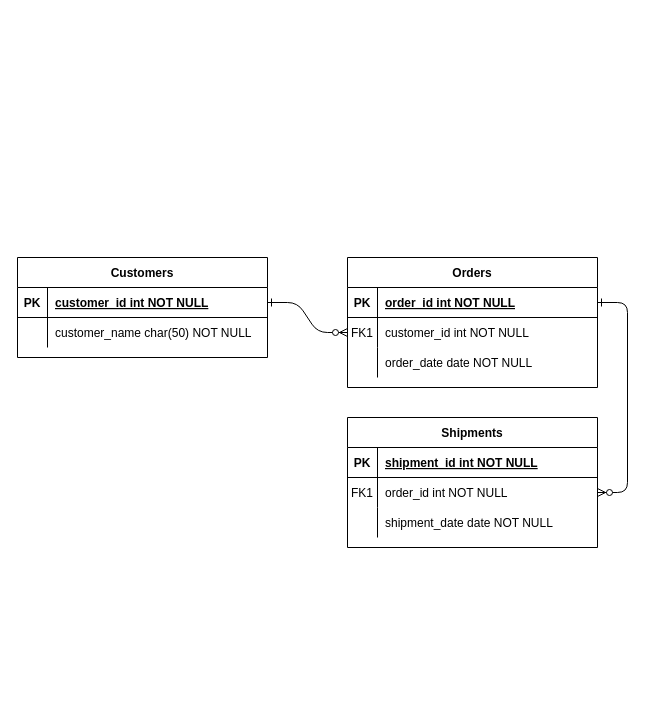
Before: Invoice management/Invoice Management Database Architecture.drawio in pratikdimble/Diagram, a draw.io diagram. Source tidied: cells renumbered, new cells numbered last; positions are measured from the earlier drawing's top-left corner, leaving out a move shared by most shapes. Both pictures are drawn from the tidied source at 100%, with x=0, y=0 at pixel (17, 257).
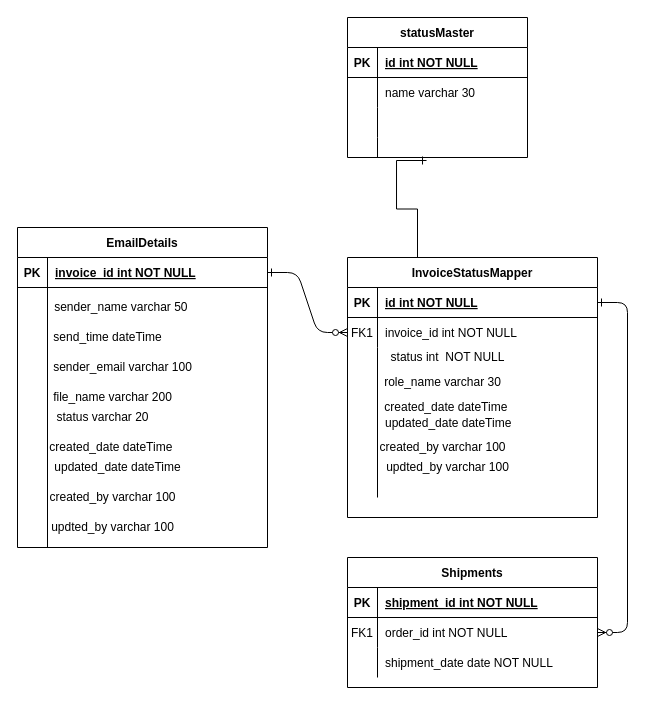
After the change.

The change refers to these unchanged cells:
```xml
<mxCell id="5" style="shape=partialRectangle;fillColor=none;points=[[0,0.5],[1,0.5]];portConstraint=eastwest;top=0;left=0;right=0;bottom=1;" parent="4" vertex="1">
  <mxGeometry y="30" width="250" height="30" as="geometry" />
</mxCell>
<mxCell id="8" style="shape=partialRectangle;fillColor=none;points=[[0,0.5],[1,0.5]];portConstraint=eastwest;top=0;left=0;right=0;bottom=0;" parent="4" vertex="1">
  <mxGeometry y="60" width="250" height="30" as="geometry" />
</mxCell>
<mxCell id="25" style="shape=partialRectangle;fillColor=none;points=[[0,0.5],[1,0.5]];portConstraint=eastwest;top=0;left=0;right=0;bottom=1;" parent="24" vertex="1">
  <mxGeometry y="30" width="250" height="30" as="geometry" />
</mxCell>
```

Diff of the diagram source:
```diff
@@
-    <mxCell id="4" value="Orders" style="shape=table;startSize=30;childLayout=tableLayout;rowLines=0;fontStyle=1;align=center;" parent="1" vertex="1">
-      <mxGeometry x="330" width="250" height="130" as="geometry" />
+    <mxCell id="4" value="InvoiceStatusMapper" style="shape=table;startSize=30;childLayout=tableLayout;rowLines=0;fontStyle=1;align=center;" parent="1" vertex="1">
+      <mxGeometry x="330" width="250" height="260" as="geometry" />
     </mxCell>
@@
-    <mxCell id="7" value="order_id int NOT NULL " style="shape=partialRectangle;overflow=hidden;fillColor=none;top=0;left=0;bottom=0;right=0;align=left;spacingLeft=6;fontStyle=5;" parent="5" vertex="1">
+    <mxCell id="7" value="id int NOT NULL " style="shape=partialRectangle;overflow=hidden;fillColor=none;top=0;left=0;bottom=0;right=0;align=left;spacingLeft=6;fontStyle=5;" parent="5" vertex="1">
       <mxGeometry x="30" width="220" height="30" as="geometry" />
     </mxCell>
@@
-    <mxCell id="10" value="customer_id int NOT NULL" style="shape=partialRectangle;overflow=hidden;fillColor=none;top=0;left=0;bottom=0;right=0;align=left;spacingLeft=6;" parent="8" vertex="1">
+    <mxCell id="10" value="invoice_id int NOT NULL" style="shape=partialRectangle;overflow=hidden;fillColor=none;top=0;left=0;bottom=0;right=0;align=left;spacingLeft=6;" parent="8" vertex="1">
       <mxGeometry x="30" width="220" height="30" as="geometry" />
     </mxCell>
     <mxCell id="11" style="shape=partialRectangle;fillColor=none;top=0;left=0;right=0;bottom=0;" parent="4" vertex="1">
-      <mxGeometry y="90" width="250" height="30" as="geometry" />
+      <mxGeometry y="90" width="250" height="150" as="geometry" />
     </mxCell>
     <mxCell id="12" style="shape=partialRectangle;overflow=hidden;fillColor=none;top=0;left=0;bottom=0;right=0;" parent="11" vertex="1">
-      <mxGeometry width="30" height="30" as="geometry" />
+      <mxGeometry width="30" height="150" as="geometry" />
     </mxCell>
-    <mxCell id="13" value="order_date date NOT NULL" style="shape=partialRectangle;overflow=hidden;fillColor=none;top=0;left=0;bottom=0;right=0;align=left;spacingLeft=6;" parent="11" vertex="1">
-      <mxGeometry x="30" width="220" height="30" as="geometry" />
+    <mxCell id="13" value="updated_date dateTime" style="shape=partialRectangle;overflow=hidden;fillColor=none;top=0;left=0;bottom=0;right=0;align=left;spacingLeft=6;" parent="11" vertex="1">
+      <mxGeometry x="30" width="220" height="150" as="geometry" />
     </mxCell>
     <mxCell id="14" value="Shipments" style="shape=table;startSize=30;childLayout=tableLayout;rowLines=0;fontStyle=1;align=center;" parent="1" vertex="1">
-      <mxGeometry x="330" y="160" width="250" height="130" as="geometry" />
+      <mxGeometry x="330" y="300" width="250" height="130" as="geometry" />
     </mxCell>
@@
-    <mxCell id="24" value="Customers" style="shape=table;startSize=30;childLayout=tableLayout;rowLines=0;fontStyle=1;align=center;" parent="1" vertex="1">
-      <mxGeometry width="250" height="100" as="geometry" />
+    <mxCell id="24" value="EmailDetails" style="shape=table;startSize=30;childLayout=tableLayout;rowLines=0;fontStyle=1;align=center;" parent="1" vertex="1">
+      <mxGeometry y="-30" width="250" height="320" as="geometry" />
     </mxCell>
@@
-    <mxCell id="27" value="customer_id int NOT NULL " style="shape=partialRectangle;overflow=hidden;fillColor=none;top=0;left=0;bottom=0;right=0;align=left;spacingLeft=6;fontStyle=5;" parent="25" vertex="1">
+    <mxCell id="27" value="invoice_id int NOT NULL " style="shape=partialRectangle;overflow=hidden;fillColor=none;top=0;left=0;bottom=0;right=0;align=left;spacingLeft=6;fontStyle=5;" parent="25" vertex="1">
       <mxGeometry x="30" width="220" height="30" as="geometry" />
     </mxCell>
     <mxCell id="28" style="shape=partialRectangle;fillColor=none;top=0;left=0;right=0;bottom=0;" parent="24" vertex="1">
-      <mxGeometry y="60" width="250" height="30" as="geometry" />
+      <mxGeometry y="60" width="250" height="260" as="geometry" />
     </mxCell>
     <mxCell id="29" style="shape=partialRectangle;overflow=hidden;fillColor=none;top=0;left=0;bottom=0;right=0;" parent="28" vertex="1">
-      <mxGeometry width="30" height="30" as="geometry" />
+      <mxGeometry width="30" height="260" as="geometry" />
     </mxCell>
-    <mxCell id="30" value="customer_name char(50) NOT NULL" style="shape=partialRectangle;overflow=hidden;fillColor=none;top=0;left=0;bottom=0;right=0;align=left;spacingLeft=6;" parent="28" vertex="1">
-      <mxGeometry x="30" width="220" height="30" as="geometry" />
+    <mxCell id="30" style="shape=partialRectangle;overflow=hidden;fillColor=none;top=0;left=0;bottom=0;right=0;align=left;spacingLeft=6;" parent="28" vertex="1">
+      <mxGeometry x="30" width="220" height="260" as="geometry" />
     </mxCell>
+    <mxCell id="31" value="sender_name varchar 50&amp;nbsp;" style="text;html=1;align=center;verticalAlign=middle;strokeColor=none;fillColor=none;" parent="1" vertex="1">
+      <mxGeometry x="30" y="40" width="150" height="20" as="geometry" />
+    </mxCell>
+    <mxCell id="32" value="send_time dateTime" style="text;html=1;align=center;verticalAlign=middle;strokeColor=none;fillColor=none;" parent="1" vertex="1">
+      <mxGeometry x="30" y="70" width="120" height="20" as="geometry" />
+    </mxCell>
+    <mxCell id="33" value="sender_email varchar 100" style="text;html=1;align=center;verticalAlign=middle;strokeColor=none;fillColor=none;" parent="1" vertex="1">
+      <mxGeometry x="30" y="100" width="150" height="20" as="geometry" />
+    </mxCell>
+    <mxCell id="34" value="file_name varchar 200" style="text;html=1;align=center;verticalAlign=middle;strokeColor=none;fillColor=none;" parent="1" vertex="1">
+      <mxGeometry x="30" y="130" width="130" height="20" as="geometry" />
+    </mxCell>
+    <mxCell id="35" value="status varchar 20" style="text;html=1;align=center;verticalAlign=middle;strokeColor=none;fillColor=none;" parent="1" vertex="1">
+      <mxGeometry x="30" y="150" width="110" height="20" as="geometry" />
+    </mxCell>
+    <mxCell id="36" value="created_date dateTime&amp;nbsp;" style="text;html=1;align=center;verticalAlign=middle;strokeColor=none;fillColor=none;" parent="1" vertex="1">
+      <mxGeometry x="25" y="180" width="140" height="20" as="geometry" />
+    </mxCell>
+    <mxCell id="37" value="updated_date dateTime" style="text;html=1;align=center;verticalAlign=middle;strokeColor=none;fillColor=none;" parent="1" vertex="1">
+      <mxGeometry x="30" y="200" width="140" height="20" as="geometry" />
+    </mxCell>
+    <mxCell id="38" value="created_by varchar 100" style="text;html=1;align=center;verticalAlign=middle;strokeColor=none;fillColor=none;" parent="1" vertex="1">
+      <mxGeometry x="25" y="230" width="140" height="20" as="geometry" />
+    </mxCell>
+    <mxCell id="39" value="updted_by varchar 100" style="text;html=1;align=center;verticalAlign=middle;strokeColor=none;fillColor=none;" parent="1" vertex="1">
+      <mxGeometry x="25" y="260" width="140" height="20" as="geometry" />
+    </mxCell>
+    <mxCell id="40" value="status int&amp;nbsp;&amp;nbsp;&lt;span style=&quot;text-align: left&quot;&gt;NOT NULL&lt;/span&gt;" style="text;html=1;align=center;verticalAlign=middle;strokeColor=none;fillColor=none;" parent="1" vertex="1">
+      <mxGeometry x="365" y="90" width="130" height="20" as="geometry" />
+    </mxCell>
+    <mxCell id="41" value="role_name varchar 30" style="text;html=1;align=center;verticalAlign=middle;strokeColor=none;fillColor=none;" parent="1" vertex="1">
+      <mxGeometry x="360" y="115" width="130" height="20" as="geometry" />
+    </mxCell>
+    <mxCell id="42" value="created_date dateTime&amp;nbsp;" style="text;html=1;align=center;verticalAlign=middle;strokeColor=none;fillColor=none;" parent="1" vertex="1">
+      <mxGeometry x="360" y="140" width="140" height="20" as="geometry" />
+    </mxCell>
+    <mxCell id="43" value="created_by varchar 100" style="text;html=1;align=center;verticalAlign=middle;strokeColor=none;fillColor=none;" parent="1" vertex="1">
+      <mxGeometry x="355" y="180" width="140" height="20" as="geometry" />
+    </mxCell>
+    <mxCell id="44" value="updted_by varchar 100" style="text;html=1;align=center;verticalAlign=middle;strokeColor=none;fillColor=none;" parent="1" vertex="1">
+      <mxGeometry x="360" y="200" width="140" height="20" as="geometry" />
+    </mxCell>
+    <mxCell id="45" value="statusMaster" style="shape=table;startSize=30;childLayout=tableLayout;rowLines=0;fontStyle=1;align=center;" parent="1" vertex="1">
+      <mxGeometry x="330" y="-240" width="180" height="140" as="geometry" />
+    </mxCell>
+    <mxCell id="46" style="shape=partialRectangle;fillColor=none;top=0;left=0;bottom=1;right=0;" parent="45" vertex="1">
+      <mxGeometry y="30" width="180" height="30" as="geometry" />
+    </mxCell>
+    <mxCell id="47" value="PK" style="shape=partialRectangle;fillColor=none;top=0;left=0;bottom=0;right=0;fontStyle=1;overflow=hidden;" parent="46" vertex="1">
+      <mxGeometry width="30" height="30" as="geometry" />
+    </mxCell>
+    <mxCell id="48" value="id int NOT NULL" style="shape=partialRectangle;fillColor=none;top=0;left=0;bottom=0;right=0;align=left;spacingLeft=6;fontStyle=5;overflow=hidden;" parent="46" vertex="1">
+      <mxGeometry x="30" width="150" height="30" as="geometry" />
+    </mxCell>
+    <mxCell id="49" style="shape=partialRectangle;fillColor=none;top=0;left=0;bottom=0;right=0;" parent="45" vertex="1">
+      <mxGeometry y="60" width="180" height="30" as="geometry" />
+    </mxCell>
+    <mxCell id="50" style="shape=partialRectangle;fillColor=none;top=0;left=0;bottom=0;right=0;overflow=hidden;" parent="49" vertex="1">
+      <mxGeometry width="30" height="30" as="geometry" />
+    </mxCell>
+    <mxCell id="51" value="name varchar 30" style="shape=partialRectangle;fillColor=none;top=0;left=0;bottom=0;right=0;align=left;spacingLeft=6;overflow=hidden;" parent="49" vertex="1">
+      <mxGeometry x="30" width="150" height="30" as="geometry" />
+    </mxCell>
+    <mxCell id="52" style="shape=partialRectangle;fillColor=none;top=0;left=0;bottom=0;right=0;" parent="45" vertex="1">
+      <mxGeometry y="90" width="180" height="30" as="geometry" />
+    </mxCell>
+    <mxCell id="53" style="shape=partialRectangle;fillColor=none;top=0;left=0;bottom=0;right=0;overflow=hidden;" parent="52" vertex="1">
+      <mxGeometry width="30" height="30" as="geometry" />
+    </mxCell>
+    <mxCell id="54" style="shape=partialRectangle;fillColor=none;top=0;left=0;bottom=0;right=0;align=left;spacingLeft=6;overflow=hidden;" parent="52" vertex="1">
+      <mxGeometry x="30" width="150" height="30" as="geometry" />
+    </mxCell>
+    <mxCell id="55" style="shape=partialRectangle;fillColor=none;top=0;left=0;bottom=0;right=0;points=[[0,0.5],[1,0.5]];portConstraint=eastwest;" parent="45" vertex="1">
+      <mxGeometry y="120" width="180" height="20" as="geometry" />
+    </mxCell>
+    <mxCell id="56" style="shape=partialRectangle;fillColor=none;top=0;left=0;bottom=0;right=0;overflow=hidden;" parent="55" vertex="1">
+      <mxGeometry width="30" height="20" as="geometry" />
+    </mxCell>
+    <mxCell id="57" style="shape=partialRectangle;fillColor=none;top=0;left=0;bottom=0;right=0;align=left;spacingLeft=6;overflow=hidden;" parent="55" vertex="1">
+      <mxGeometry x="30" width="150" height="20" as="geometry" />
+    </mxCell>
+    <mxCell id="58" style="edgeStyle=entityRelationEdgeStyle;fontSize=12;html=1;endArrow=ERone;endFill=1;rounded=0;entryX=0.439;entryY=1.15;entryDx=0;entryDy=0;entryPerimeter=0;" parent="1" edge="1" target="55">
+      <mxGeometry relative="1" as="geometry">
+        <mxPoint x="370" as="sourcePoint" />
+      </mxGeometry>
+    </mxCell>
```
